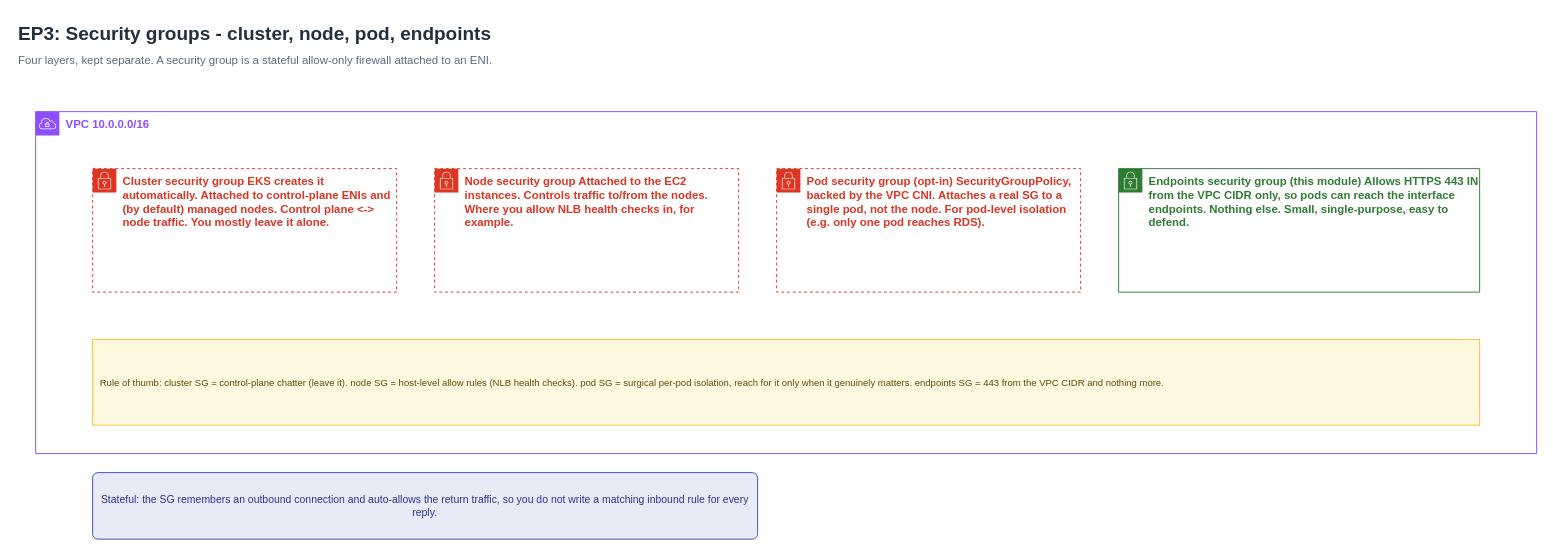
This is page "EP3 - Security group layers" (3 of 3) of 03-networking/diagrams/ep3-networking-architecture.drawio from CoderCo-Learning/eks-accelerator-series, a draw.io file, before an edit. Source tidied: cells renumbered, new cells numbered last; positions are measured from the earlier drawing's top-left corner, leaving out a move shared by most shapes. Both pictures are drawn from the tidied source at 95%, with x=0, y=0 at pixel (16, 16).
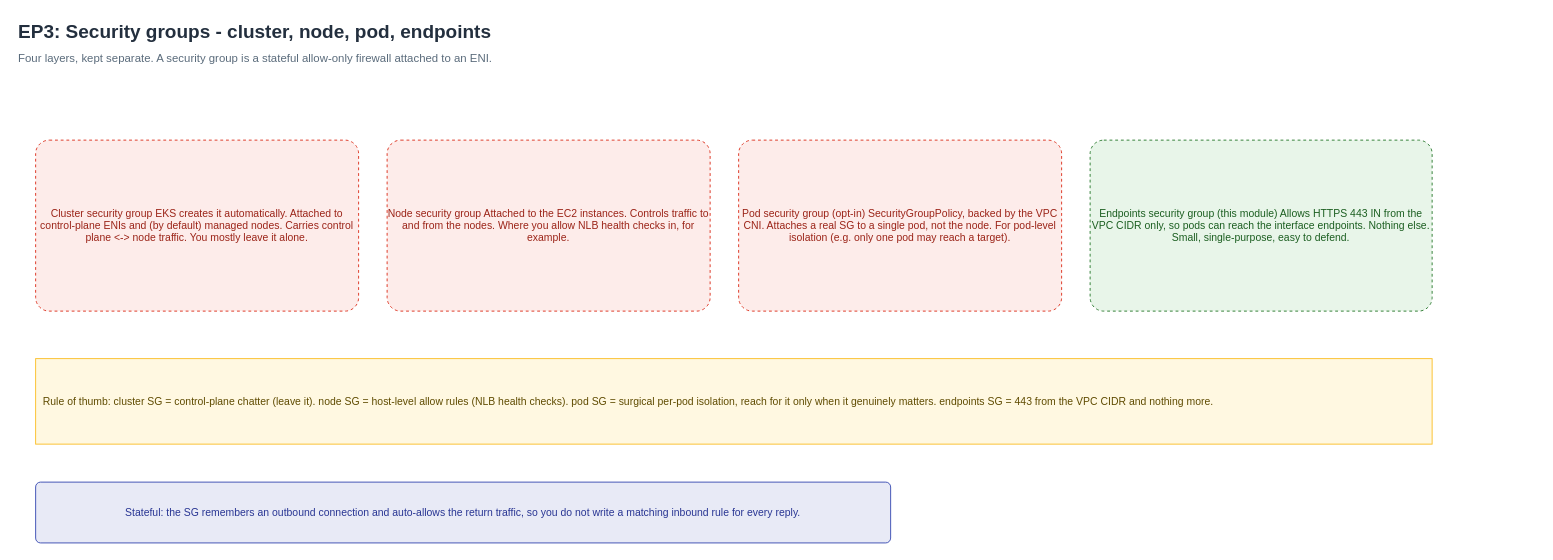
After the change.

What changed in the source:
```diff
@@
 <mxGraphModel>
   <root>
     <mxCell id="0" />
     <mxCell id="1" parent="0" />
     <mxCell id="2" value="EP3: Security groups - cluster, node, pod, endpoints" style="text;html=1;align=left;verticalAlign=middle;fontColor=#232F3E;fontSize=20;fontStyle=1;" parent="1" vertex="1">
-      <mxGeometry width="900" height="34" as="geometry" />
+      <mxGeometry width="900" height="30" as="geometry" />
     </mxCell>
-    <mxCell id="3" value="Four layers, kept separate. A security group is a stateful allow-only firewall attached to an ENI." style="text;html=1;align=left;verticalAlign=middle;fontColor=#5A6B7B;fontSize=12;" parent="1" vertex="1">
-      <mxGeometry y="34" width="1000" height="24" as="geometry" />
+    <mxCell id="3" value="Four layers, kept separate. A security group is a stateful allow-only firewall attached to an ENI." style="text;html=1;align=left;verticalAlign=middle;fontColor=#5A6B7B;fontSize=12;fontStyle=0;" parent="1" vertex="1">
+      <mxGeometry y="32" width="1100" height="24" as="geometry" />
     </mxCell>
-    <mxCell id="4" value="VPC  10.0.0.0/16" style="gradientColor=none;html=1;whiteSpace=wrap;fillColor=none;strokeColor=#8C4FFF;dashed=0;verticalAlign=top;align=left;spacingLeft=30;fontColor=#8C4FFF;fontSize=12;fontStyle=1;shape=mxgraph.aws4.group;grIcon=mxgraph.aws4.group_vpc;" parent="1" vertex="1">
-      <mxGeometry x="20" y="100" width="1580" height="360" as="geometry" />
-    </mxCell>
-    <mxCell id="5" value="Cluster security group EKS creates it automatically. Attached to control-plane ENIs and (by default) managed nodes. Control plane &lt;-&gt; node traffic. You mostly leave it alone." style="gradientColor=none;html=1;whiteSpace=wrap;fillColor=none;strokeColor=#DD3522;dashed=1;verticalAlign=top;align=left;spacingLeft=30;fontColor=#DD3522;fontSize=12;fontStyle=1;shape=mxgraph.aws4.group;grIcon=mxgraph.aws4.group_security_group;" parent="1" vertex="1">
-      <mxGeometry x="80" y="160" width="320" height="130" as="geometry" />
-    </mxCell>
-    <mxCell id="6" value="Node security group Attached to the EC2 instances. Controls traffic to/from the nodes. Where you allow NLB health checks in, for example." style="gradientColor=none;html=1;whiteSpace=wrap;fillColor=none;strokeColor=#DD3522;dashed=1;verticalAlign=top;align=left;spacingLeft=30;fontColor=#DD3522;fontSize=12;fontStyle=1;shape=mxgraph.aws4.group;grIcon=mxgraph.aws4.group_security_group;" parent="1" vertex="1">
-      <mxGeometry x="440" y="160" width="320" height="130" as="geometry" />
-    </mxCell>
-    <mxCell id="7" value="Pod security group  (opt-in) SecurityGroupPolicy, backed by the VPC CNI. Attaches a real SG to a single pod, not the node. For pod-level isolation (e.g. only one pod reaches RDS)." style="gradientColor=none;html=1;whiteSpace=wrap;fillColor=none;strokeColor=#DD3522;dashed=1;verticalAlign=top;align=left;spacingLeft=30;fontColor=#DD3522;fontSize=12;fontStyle=1;shape=mxgraph.aws4.group;grIcon=mxgraph.aws4.group_security_group;" parent="1" vertex="1">
-      <mxGeometry x="800" y="160" width="320" height="130" as="geometry" />
-    </mxCell>
+    <mxCell id="11" value="Cluster security group&amp;#10;&amp;#10;EKS creates it automatically.&amp;#10;Attached to control-plane ENIs&amp;#10;and (by default) managed nodes.&amp;#10;Carries control plane &amp;lt;-&amp;gt; node traffic.&amp;#10;You mostly leave it alone." style="rounded=1;arcSize=8;whiteSpace=wrap;html=1;fillColor=#FDECEA;strokeColor=#DD3522;fontColor=#9b2418;fontSize=11;fontStyle=0;dashed=1;align=center;spacingLeft=0;shadow=0;" parent="1" vertex="1">
+      <mxGeometry x="20" y="130" width="340" height="180" as="geometry" />
+    </mxCell>
+    <mxCell id="12" value="Node security group&amp;#10;&amp;#10;Attached to the EC2 instances.&amp;#10;Controls traffic to and from the nodes.&amp;#10;Where you allow NLB health&amp;#10;checks in, for example." style="rounded=1;arcSize=8;whiteSpace=wrap;html=1;fillColor=#FDECEA;strokeColor=#DD3522;fontColor=#9b2418;fontSize=11;fontStyle=0;dashed=1;align=center;spacingLeft=0;shadow=0;" parent="1" vertex="1">
+      <mxGeometry x="390" y="130" width="340" height="180" as="geometry" />
+    </mxCell>
+    <mxCell id="13" value="Pod security group  (opt-in)&amp;#10;&amp;#10;SecurityGroupPolicy, backed by&amp;#10;the VPC CNI. Attaches a real SG&amp;#10;to a single pod, not the node.&amp;#10;For pod-level isolation (e.g. only&amp;#10;one pod may reach a target)." style="rounded=1;arcSize=8;whiteSpace=wrap;html=1;fillColor=#FDECEA;strokeColor=#DD3522;fontColor=#9b2418;fontSize=11;fontStyle=0;dashed=1;align=center;spacingLeft=0;shadow=0;" parent="1" vertex="1">
+      <mxGeometry x="760" y="130" width="340" height="180" as="geometry" />
+    </mxCell>
-    <mxCell id="8" value="Endpoints security group  (this module) Allows HTTPS 443 IN from the VPC CIDR only, so pods can reach the interface endpoints. Nothing else. Small, single-purpose, easy to defend." style="gradientColor=none;html=1;whiteSpace=wrap;fillColor=none;strokeColor=#2E7D32;dashed=0;verticalAlign=top;align=left;spacingLeft=30;fontColor=#2E7D32;fontSize=12;fontStyle=1;shape=mxgraph.aws4.group;grIcon=mxgraph.aws4.group_security_group;" parent="1" vertex="1">
-      <mxGeometry x="1160" y="160" width="380" height="130" as="geometry" />
+    <mxCell id="8" value="Endpoints security group  (this module)&amp;#10;&amp;#10;Allows HTTPS 443 IN from the VPC&amp;#10;CIDR only, so pods can reach the&amp;#10;interface endpoints. Nothing else.&amp;#10;Small, single-purpose, easy to defend." style="rounded=1;arcSize=8;whiteSpace=wrap;html=1;fillColor=#E8F5E9;strokeColor=#2E7D32;fontColor=#1b5e20;fontSize=11;fontStyle=0;dashed=1;align=center;spacingLeft=0;shadow=0;" parent="1" vertex="1">
+      <mxGeometry x="1130" y="130" width="360" height="180" as="geometry" />
     </mxCell>
-    <mxCell id="9" value="Rule of thumb: cluster SG = control-plane chatter (leave it). node SG = host-level allow rules (NLB health checks). pod SG = surgical per-pod isolation, reach for it only when it genuinely matters. endpoints SG = 443 from the VPC CIDR and nothing more." style="rounded=0;whiteSpace=wrap;html=1;fillColor=#FFF8E1;strokeColor=#FBC02D;fontColor=#5F4B00;fontSize=10;align=left;spacingLeft=6;shadow=0;" parent="1" vertex="1">
-      <mxGeometry x="80" y="340" width="1460" height="90" as="geometry" />
+    <mxCell id="9" value="Rule of thumb:  cluster SG = control-plane chatter (leave it).   node SG = host-level allow rules (NLB health checks).   pod SG = surgical per-pod isolation, reach for it only when it genuinely matters.   endpoints SG = 443 from the VPC CIDR and nothing more." style="rounded=0;whiteSpace=wrap;html=1;fillColor=#FFF8E1;strokeColor=#FBC02D;fontColor=#5F4B00;fontSize=11;fontStyle=0;dashed=0;align=left;spacingLeft=6;shadow=0;" parent="1" vertex="1">
+      <mxGeometry x="20" y="360" width="1470" height="90" as="geometry" />
     </mxCell>
-    <mxCell id="10" value="Stateful: the SG remembers an outbound connection and auto-allows the return traffic, so you do not write a matching inbound rule for every reply." style="rounded=1;whiteSpace=wrap;html=1;fillColor=#E8EAF6;strokeColor=#3F51B5;fontColor=#283593;fontSize=11;dashed=0;fontStyle=0;arcSize=8;align=center;" parent="1" vertex="1">
-      <mxGeometry x="80" y="480" width="700" height="70" as="geometry" />
+    <mxCell id="10" value="Stateful: the SG remembers an outbound connection and auto-allows the return traffic, so you do not write a matching inbound rule for every reply." style="rounded=1;arcSize=8;whiteSpace=wrap;html=1;fillColor=#E8EAF6;strokeColor=#3F51B5;fontColor=#283593;fontSize=11;fontStyle=0;dashed=0;align=center;spacingLeft=0;shadow=0;" parent="1" vertex="1">
+      <mxGeometry x="20" y="490" width="900" height="64" as="geometry" />
     </mxCell>
   </root>
 </mxGraphModel>
```
